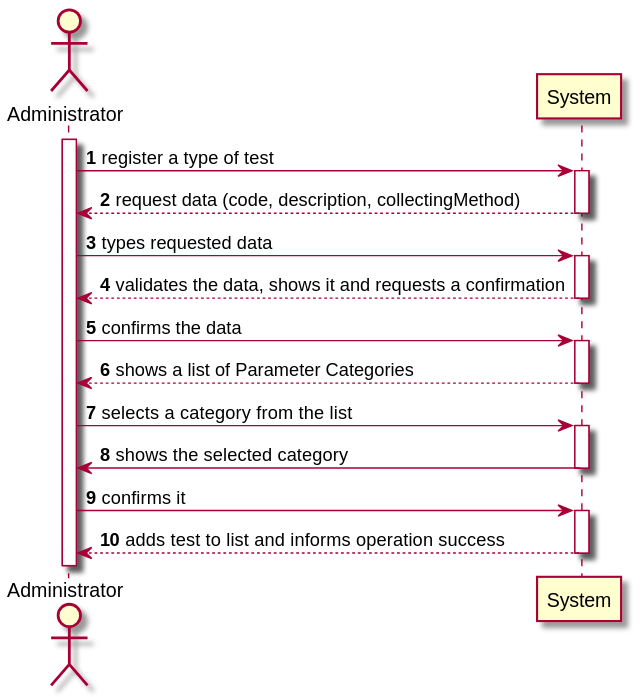
Earlier version of the PlantUML export docs/SprintB/US09/US09-SSD.svg (0franciscor/lei-21-s2-1de-g19).
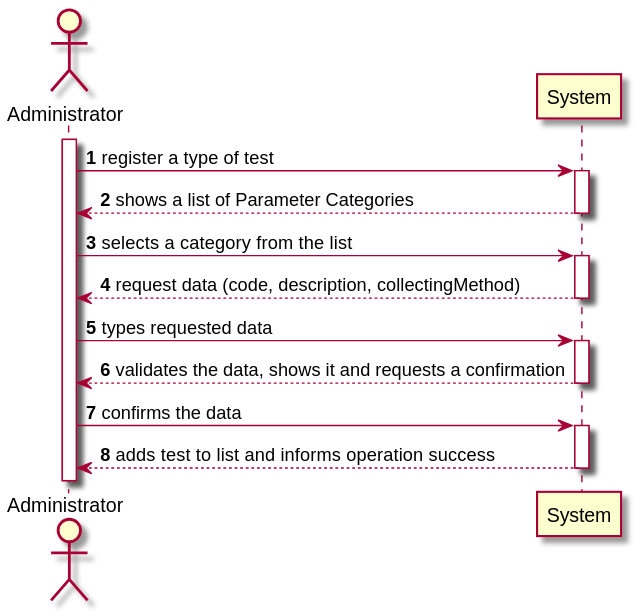
Above is the later version.

Diff of the diagram source:
```diff
@@ -6,14 +6,16 @@
 activate admin
 
 admin -> System ++: register a type of test
+System --> admin --: shows a list of Parameter Categories
+admin -> System ++: selects a category from the list
 System -->  admin --: request data (code, description, collectingMethod)
 admin ->  System ++: types requested data
 System --> admin --: validates the data, shows it and requests a confirmation
 admin -> System ++: confirms the data
-System --> admin --: shows a list of Parameter Categories
-admin -> System ++: selects a category from the list
-System -> admin --: shows the selected category
-admin -> System ++: confirms it
+
+
+
+
 System --> admin --: adds test to list and informs operation success
 
 @enduml
```
